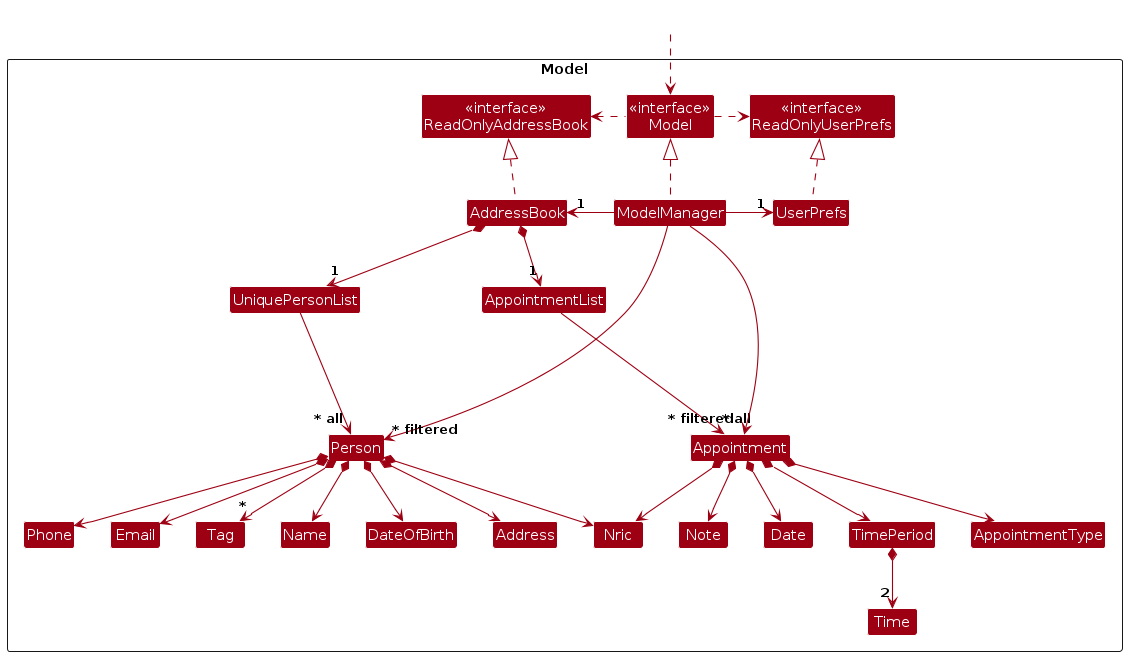
Earlier version of the PlantUML export diagrams/ModelClassDiagram.png (xuelinglow/tp). Its source is kept beside it as diagrams/ModelClassDiagram.puml. The source it was exported from:
```plantuml
@startuml
!include style.puml
skinparam arrowThickness 1.1
skinparam arrowColor MODEL_COLOR
skinparam classBackgroundColor MODEL_COLOR

Package Model as ModelPackage <<Rectangle>>{
Class "<<interface>>\nReadOnlyAddressBook" as ReadOnlyAddressBook
Class "<<interface>>\nReadOnlyUserPrefs" as ReadOnlyUserPrefs
Class "<<interface>>\nModel" as Model
Class AddressBook
Class ModelManager
Class UserPrefs

Class UniquePersonList
Class Person
Class Nric
Class DateOfBirth
Class Address
Class Email
Class Name
Class Phone
Class Tag

Class Nric
Class AppointmentList
Class Appointment
Class Date
Class TimePeriod
Class Time
Class AppointmentType
Class Note

Class I #FFFFFF
Class J #FFFFFF

}

Class HiddenOutside #FFFFFF
HiddenOutside ..> Model

AddressBook .up.|> ReadOnlyAddressBook

ModelManager .up.|> Model
Model .right.> ReadOnlyUserPrefs
Model .left.> ReadOnlyAddressBook
ModelManager -left-> "1" AddressBook
ModelManager -right-> "1" UserPrefs
UserPrefs .up.|> ReadOnlyUserPrefs

AddressBook *--> "1" UniquePersonList
UniquePersonList --> "~* all" Person
Person *--> Name
Person *--> Nric
Person *--> DateOfBirth
Person *--> Phone
Person *--> Email
Person *--> Address
Person *--> "*" Tag

Person -[hidden]up--> I
UniquePersonList -[hidden]right-> I

Name -[hidden]right-> Nric
Nric -[hidden]right-> DateOfBirth
DateOfBirth -[hidden]right-> Address
Address -[hidden]right-> Phone
Phone -[hidden]right-> Address
Address -[hidden]right-> Email

AddressBook *--> "1" AppointmentList
AppointmentList --> "~* all" Appointment
Appointment *--> Nric
Appointment *--> Date
Appointment *--> TimePeriod
TimePeriod *--> "2" Time
Appointment *--> AppointmentType
Appointment *--> Note

Appointment -[hidden]up--> J
AppointmentList -[hidden]right-> J

Nric -[hidden]right-> Date
Date -[hidden]right-> TimePeriod
TimePeriod -[hidden]right-> AppointmentType
AppointmentType -[hidden]right-> Note


ModelManager --> "~* filtered" Person
ModelManager --> "~* filtered" Appointment
@enduml
```
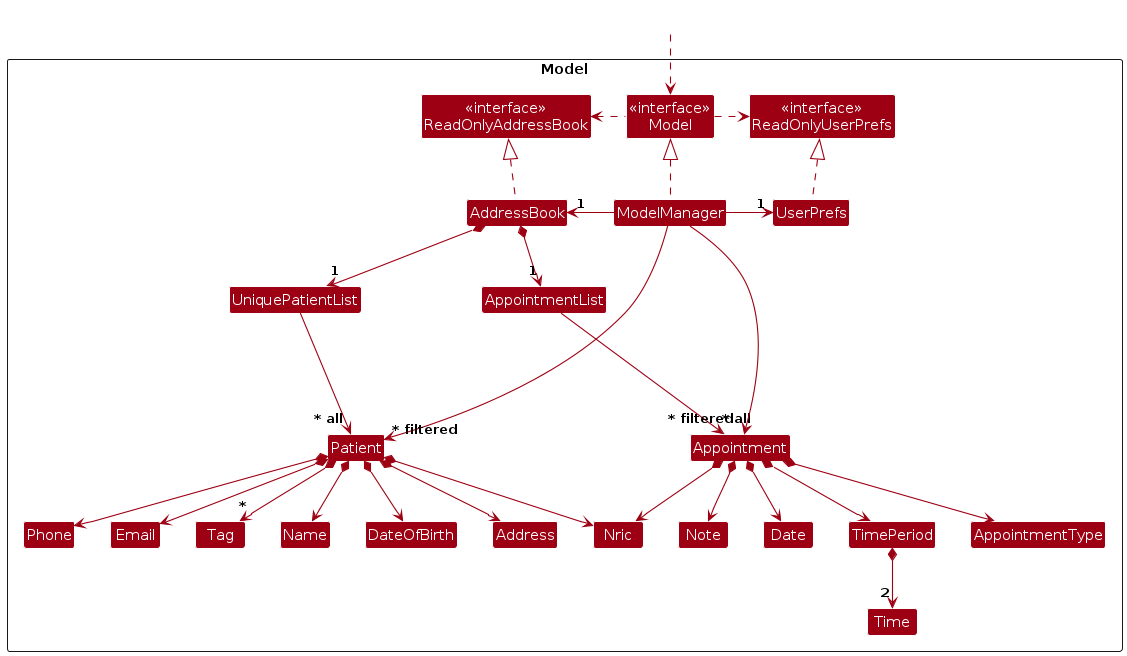
The same file after the commit.

Diff of the diagram source:
```diff
@@ -12,8 +12,8 @@
 Class ModelManager
 Class UserPrefs
 
-Class UniquePersonList
-Class Person
+Class UniquePatientList
+Class Patient
 Class Nric
 Class DateOfBirth
 Class Address
@@ -48,18 +48,18 @@
 ModelManager -right-> "1" UserPrefs
 UserPrefs .up.|> ReadOnlyUserPrefs
 
-AddressBook *--> "1" UniquePersonList
-UniquePersonList --> "~* all" Person
-Person *--> Name
-Person *--> Nric
-Person *--> DateOfBirth
-Person *--> Phone
-Person *--> Email
-Person *--> Address
-Person *--> "*" Tag
+AddressBook *--> "1" UniquePatientList
+UniquePatientList --> "~* all" Patient
+Patient *--> Name
+Patient *--> Nric
+Patient *--> DateOfBirth
+Patient *--> Phone
+Patient *--> Email
+Patient *--> Address
+Patient *--> "*" Tag
 
-Person -[hidden]up--> I
-UniquePersonList -[hidden]right-> I
+Patient -[hidden]up--> I
+UniquePatientList -[hidden]right-> I
 
 Name -[hidden]right-> Nric
 Nric -[hidden]right-> DateOfBirth
@@ -86,6 +86,6 @@
 AppointmentType -[hidden]right-> Note
 
 
-ModelManager --> "~* filtered" Person
+ModelManager --> "~* filtered" Patient
 ModelManager --> "~* filtered" Appointment
 @enduml
```
